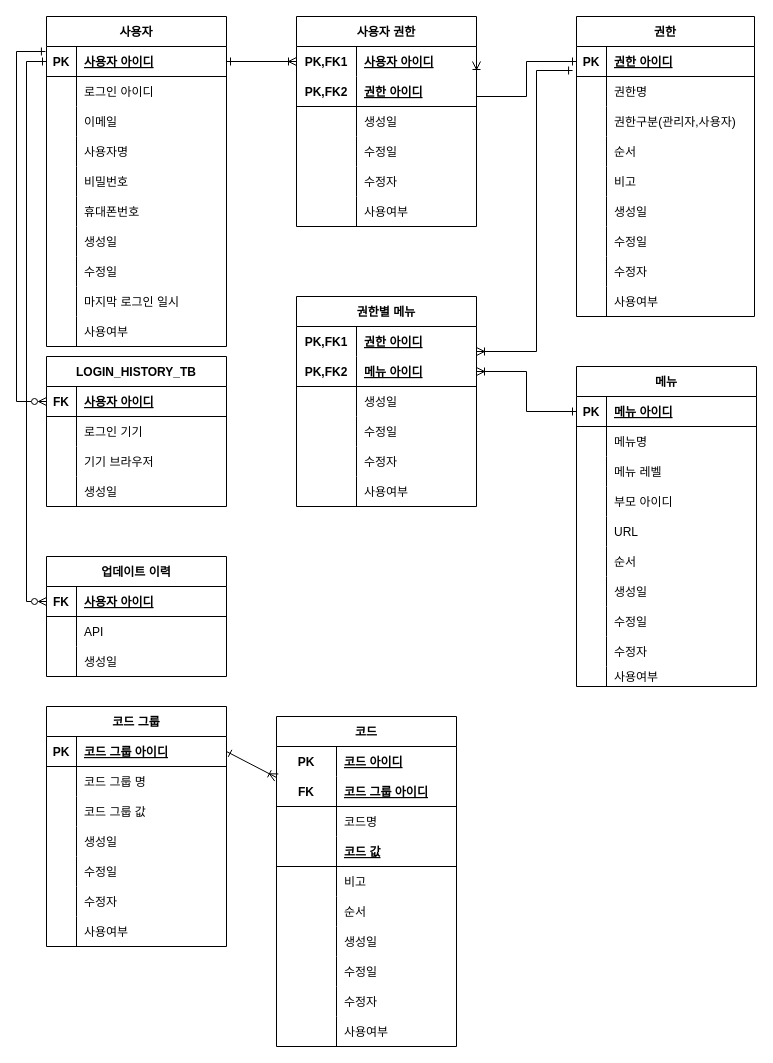
Before: src/main/resources/erd/logical.drawio in reolinodev/back-boot-setting, a draw.io diagram. Source tidied: cells renumbered, new cells numbered last; positions are measured from the earlier drawing's top-left corner, leaving out a move shared by most shapes. Both pictures are drawn from the tidied source at 100%, with x=0, y=0 at pixel (16, 16).
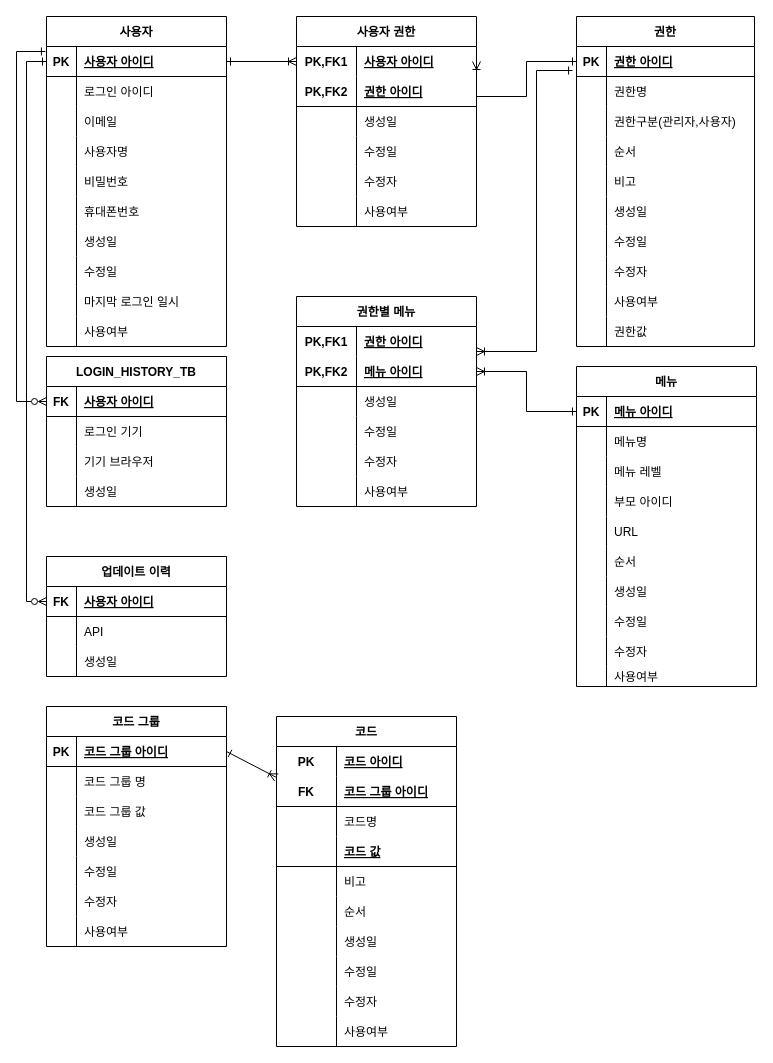
After the change.

The edit, as a diff of the source:
```diff
@@
     <mxCell id="54" value="권한" style="shape=table;startSize=30;childLayout=tableLayout;rowLines=0;fontStyle=1;align=center;" parent="1" vertex="1">
-      <mxGeometry x="560" width="178" height="300" as="geometry" />
+      <mxGeometry x="560" width="178" height="330" as="geometry" />
     </mxCell>
@@
+    <mxCell id="214" style="shape=tableRow;horizontal=0;startSize=0;swimlaneHead=0;swimlaneBody=0;fillColor=none;top=0;left=0;right=0;bottom=0;" parent="54" vertex="1">
+      <mxGeometry y="300" width="178" height="30" as="geometry" />
+    </mxCell>
+    <mxCell id="215" style="shape=partialRectangle;fillColor=none;top=0;left=0;bottom=0;right=0;overflow=hidden;" parent="214" vertex="1">
+      <mxGeometry width="30" height="30" as="geometry" />
+    </mxCell>
+    <mxCell id="216" value="권한값" style="shape=partialRectangle;fillColor=none;top=0;left=0;bottom=0;right=0;align=left;spacingLeft=6;overflow=hidden;" parent="214" vertex="1">
+      <mxGeometry x="30" width="148" height="30" as="geometry" />
+    </mxCell>
```
